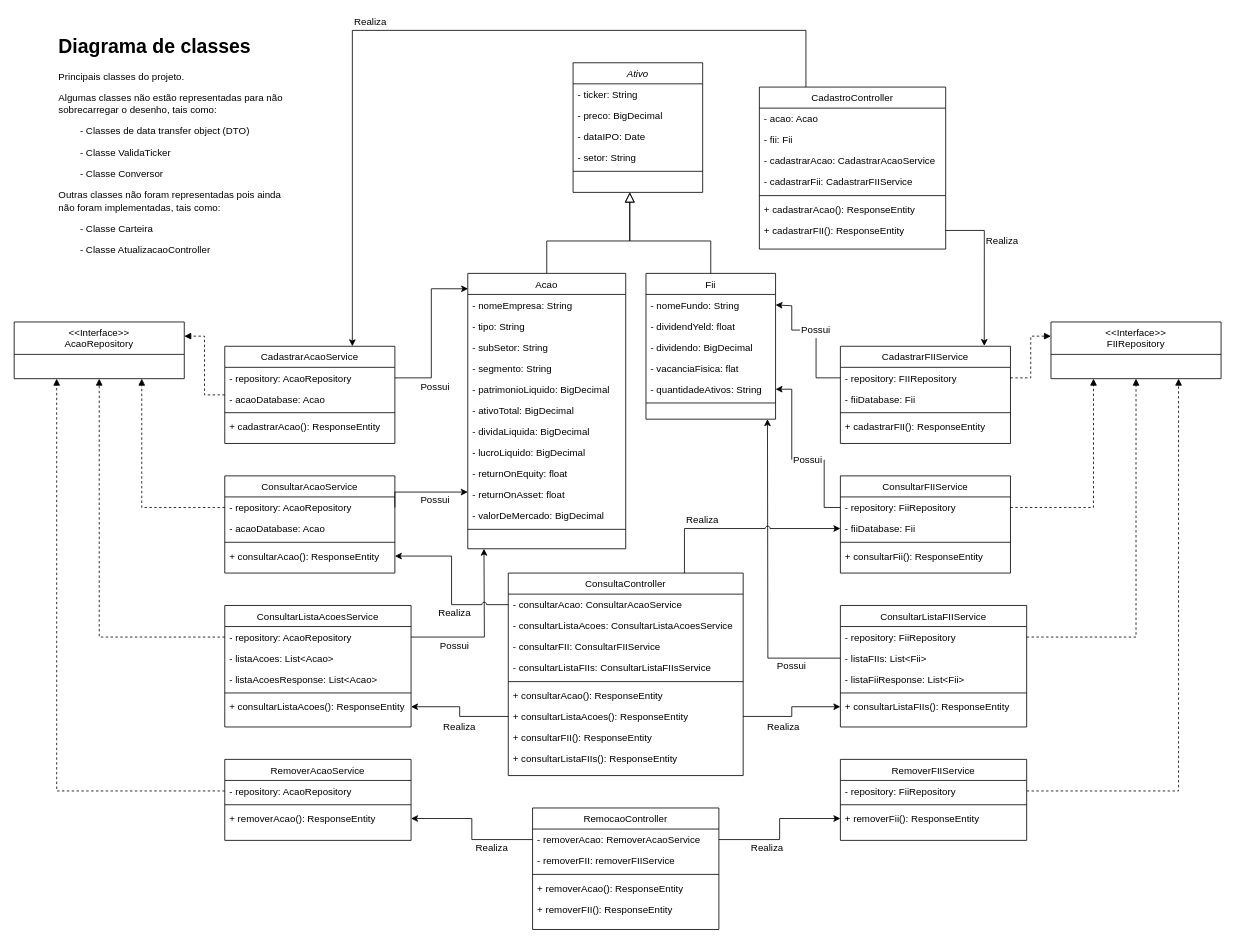
gustavozenke/investimentos keeps this draw.io diagram as uml_projeto_investimentos.drawio. Above is the earlier version. Source tidied: cells renumbered, new cells numbered last; positions are measured from the earlier drawing's top-left corner, leaving out a move shared by most shapes. Both pictures are drawn from the tidied source at 81%, with x=0, y=0 at pixel (14, 14).
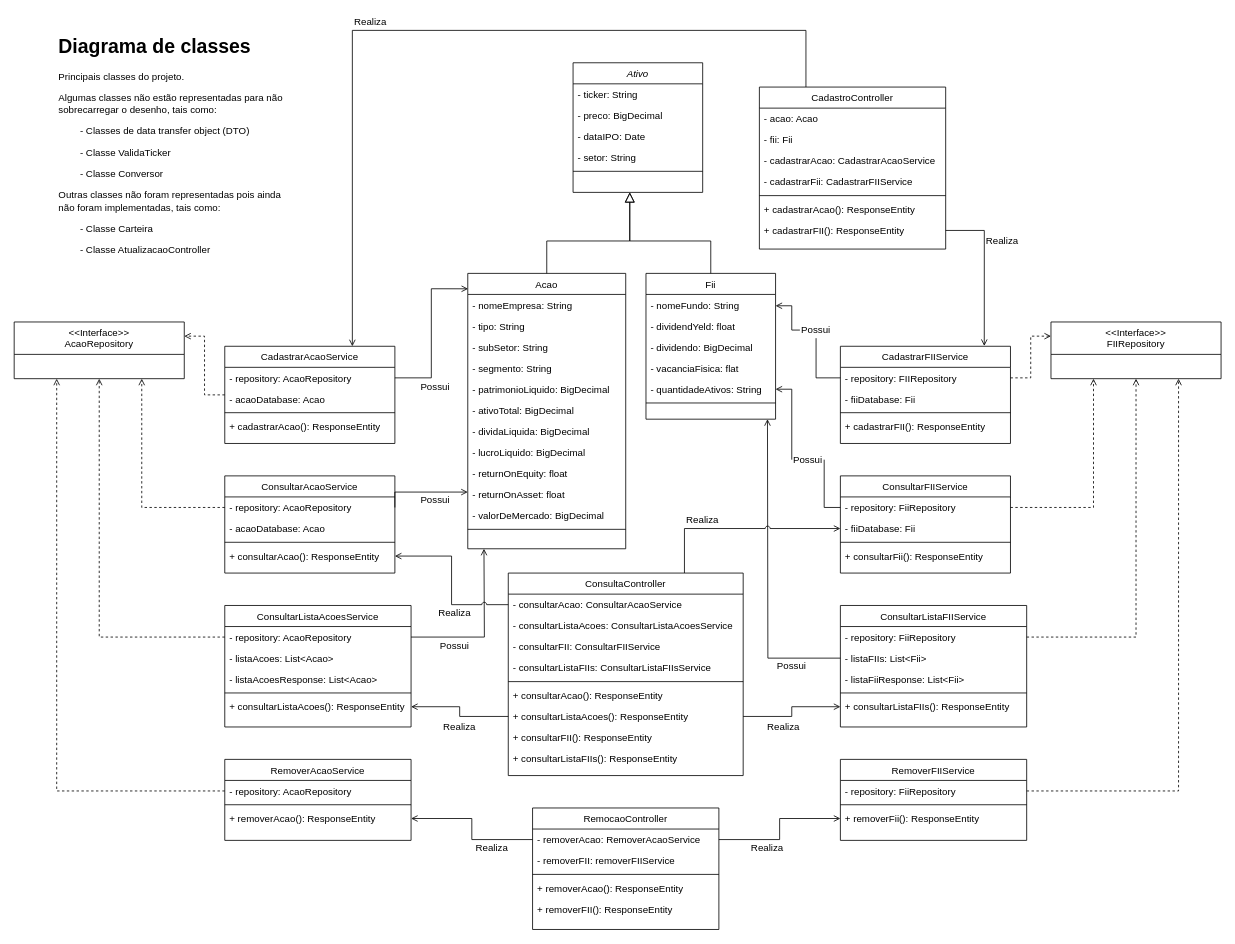
Above is the later version.

Commit message:
Correcao de setas no diagrama UML

The change refers to these unchanged cells:
```xml
<mxCell id="8" value="Acao" style="swimlane;fontStyle=0;align=center;verticalAlign=top;horizontal=1;startSize=26;rounded=0;shadow=0;strokeWidth=1;" parent="1" vertex="1">
<mxCell id="23" value="- nomeFundo: String" style="text;align=left;verticalAlign=top;spacingLeft=4;spacingRight=4;overflow=hidden;points=[[0,0.5],[1,0.5]];portConstraint=eastwest;" parent="22" vertex="1">
<mxCell id="27" value="- quantidadeAtivos: String" style="text;align=left;verticalAlign=top;spacingLeft=4;spacingRight=4;overflow=hidden;points=[[0,0.5],[1,0.5]];portConstraint=eastwest;" parent="22" vertex="1">
<mxCell id="31" value="CadastrarAcaoService" style="swimlane;fontStyle=0;align=center;verticalAlign=top;horizontal=1;startSize=26;rounded=0;shadow=0;strokeWidth=1;" parent="1" vertex="1">
<mxCell id="32" value="- repository: AcaoRepository" style="text;align=left;verticalAlign=top;spacingLeft=4;spacingRight=4;overflow=hidden;points=[[0,0.5],[1,0.5]];portConstraint=eastwest;" parent="31" vertex="1">
<mxCell id="36" value="CadastrarFIIService" style="swimlane;fontStyle=0;align=center;verticalAlign=top;horizontal=1;startSize=26;rounded=0;shadow=0;strokeWidth=1;" parent="1" vertex="1">
<mxCell id="37" value="- repository: FIIRepository" style="text;align=left;verticalAlign=top;spacingLeft=4;spacingRight=4;overflow=hidden;points=[[0,0.5],[1,0.5]];portConstraint=eastwest;" parent="36" vertex="1">
<mxCell id="42" value="- repository: AcaoRepository" style="text;align=left;verticalAlign=top;spacingLeft=4;spacingRight=4;overflow=hidden;points=[[0,0.5],[1,0.5]];portConstraint=eastwest;" parent="41" vertex="1">
<mxCell id="45" value="+ consultarAcao(): ResponseEntity" style="text;align=left;verticalAlign=top;spacingLeft=4;spacingRight=4;overflow=hidden;points=[[0,0.5],[1,0.5]];portConstraint=eastwest;rounded=0;shadow=0;html=0;" parent="41" vertex="1">
<mxCell id="49" value="- repository: AcaoRepository" style="text;align=left;verticalAlign=top;spacingLeft=4;spacingRight=4;overflow=hidden;points=[[0,0.5],[1,0.5]];portConstraint=eastwest;" parent="48" vertex="1">
<mxCell id="53" value="+ consultarListaAcoes(): ResponseEntity" style="text;align=left;verticalAlign=top;spacingLeft=4;spacingRight=4;overflow=hidden;points=[[0,0.5],[1,0.5]];portConstraint=eastwest;rounded=0;shadow=0;html=0;" parent="48" vertex="1">
<mxCell id="56" value="- repository: AcaoRepository" style="text;align=left;verticalAlign=top;spacingLeft=4;spacingRight=4;overflow=hidden;points=[[0,0.5],[1,0.5]];portConstraint=eastwest;" parent="55" vertex="1">
<mxCell id="58" value="+ removerAcao(): ResponseEntity" style="text;align=left;verticalAlign=top;spacingLeft=4;spacingRight=4;overflow=hidden;points=[[0,0.5],[1,0.5]];portConstraint=eastwest;rounded=0;shadow=0;html=0;" parent="55" vertex="1">
<mxCell id="60" value="- repository: FiiRepository" style="text;align=left;verticalAlign=top;spacingLeft=4;spacingRight=4;overflow=hidden;points=[[0,0.5],[1,0.5]];portConstraint=eastwest;" parent="59" vertex="1">
<mxCell id="61" value="- fiiDatabase: Fii" style="text;align=left;verticalAlign=top;spacingLeft=4;spacingRight=4;overflow=hidden;points=[[0,0.5],[1,0.5]];portConstraint=eastwest;rounded=0;shadow=0;html=0;" parent="59" vertex="1">
<mxCell id="65" value="- repository: FiiRepository" style="text;align=left;verticalAlign=top;spacingLeft=4;spacingRight=4;overflow=hidden;points=[[0,0.5],[1,0.5]];portConstraint=eastwest;" parent="64" vertex="1">
<mxCell id="66" value="- listaFIIs: List&lt;Fii&gt;" style="text;align=left;verticalAlign=top;spacingLeft=4;spacingRight=4;overflow=hidden;points=[[0,0.5],[1,0.5]];portConstraint=eastwest;rounded=0;shadow=0;html=0;" parent="64" vertex="1">
<mxCell id="69" value="+ consultarListaFIIs(): ResponseEntity" style="text;align=left;verticalAlign=top;spacingLeft=4;spacingRight=4;overflow=hidden;points=[[0,0.5],[1,0.5]];portConstraint=eastwest;rounded=0;shadow=0;html=0;" parent="64" vertex="1">
<mxCell id="71" value="- repository: FiiRepository" style="text;align=left;verticalAlign=top;spacingLeft=4;spacingRight=4;overflow=hidden;points=[[0,0.5],[1,0.5]];portConstraint=eastwest;" parent="70" vertex="1">
<mxCell id="73" value="+ removerFii(): ResponseEntity" style="text;align=left;verticalAlign=top;spacingLeft=4;spacingRight=4;overflow=hidden;points=[[0,0.5],[1,0.5]];portConstraint=eastwest;rounded=0;shadow=0;html=0;" parent="70" vertex="1">
<mxCell id="75" value="&lt;&lt;Interface&gt;&gt;&#10;FIIRepository" style="swimlane;fontStyle=0;align=center;verticalAlign=top;horizontal=1;startSize=40;rounded=0;shadow=0;strokeWidth=1;" parent="1" vertex="1">
<mxCell id="80" value="&lt;&lt;Interface&gt;&gt;&#10;AcaoRepository" style="swimlane;fontStyle=0;align=center;verticalAlign=top;horizontal=1;startSize=40;rounded=0;shadow=0;strokeWidth=1;" parent="1" vertex="1">
<mxCell id="85" value="CadastroController" style="swimlane;fontStyle=0;align=center;verticalAlign=top;horizontal=1;startSize=26;rounded=0;shadow=0;strokeWidth=1;" parent="1" vertex="1">
<mxCell id="92" value="+ cadastrarFII(): ResponseEntity" style="text;align=left;verticalAlign=top;spacingLeft=4;spacingRight=4;overflow=hidden;points=[[0,0.5],[1,0.5]];portConstraint=eastwest;rounded=0;shadow=0;html=0;" parent="85" vertex="1">
<mxCell id="98" value="ConsultaController" style="swimlane;fontStyle=0;align=center;verticalAlign=top;horizontal=1;startSize=26;rounded=0;shadow=0;strokeWidth=1;" parent="1" vertex="1">
<mxCell id="99" value="- consultarAcao: ConsultarAcaoService" style="text;align=left;verticalAlign=top;spacingLeft=4;spacingRight=4;overflow=hidden;points=[[0,0.5],[1,0.5]];portConstraint=eastwest;rounded=0;shadow=0;html=0;" parent="98" vertex="1">
<mxCell id="105" value="+ consultarListaAcoes(): ResponseEntity" style="text;align=left;verticalAlign=top;spacingLeft=4;spacingRight=4;overflow=hidden;points=[[0,0.5],[1,0.5]];portConstraint=eastwest;rounded=0;shadow=0;html=0;" parent="98" vertex="1">
<mxCell id="111" value="- removerAcao: RemoverAcaoService" style="text;align=left;verticalAlign=top;spacingLeft=4;spacingRight=4;overflow=hidden;points=[[0,0.5],[1,0.5]];portConstraint=eastwest;rounded=0;shadow=0;html=0;" parent="110" vertex="1">
<mxCell id="130" value="Possui" style="text;html=1;strokeColor=none;fillColor=none;align=center;verticalAlign=middle;whiteSpace=wrap;rounded=0;" parent="1" vertex="1">
<mxCell id="132" value="Possui" style="text;html=1;strokeColor=none;fillColor=none;align=center;verticalAlign=middle;whiteSpace=wrap;rounded=0;" parent="1" vertex="1">
```

The edit, as a diff of the source:
```diff
@@
-    <mxCell id="30" style="edgeStyle=orthogonalEdgeStyle;rounded=0;jettySize=auto;html=1;entryX=1;entryY=0.25;entryDx=0;entryDy=0;dashed=1;endArrow=block;endFill=1;" parent="1" edge="1" source="31" target="80">
+    <mxCell id="30" style="edgeStyle=orthogonalEdgeStyle;rounded=0;jettySize=auto;html=1;entryX=1;entryY=0.25;entryDx=0;entryDy=0;dashed=1;endArrow=open;endFill=0;" parent="1" edge="1" source="31" target="80">
       <mxGeometry relative="1" as="geometry" />
     </mxCell>
@@
-    <mxCell id="46" style="edgeStyle=orthogonalEdgeStyle;rounded=0;jettySize=auto;html=1;exitX=1;exitY=0.5;exitDx=0;exitDy=0;endArrow=classic;endFill=1;" parent="1" edge="1" source="42">
+    <mxCell id="46" style="edgeStyle=orthogonalEdgeStyle;rounded=0;jettySize=auto;html=1;exitX=1;exitY=0.5;exitDx=0;exitDy=0;endArrow=open;endFill=0;" parent="1" edge="1" source="42">
       <mxGeometry relative="1" as="geometry">
         <mxPoint x="560" y="590" as="targetPoint" />
         <Array as="points">
           <mxPoint x="470" y="590" />
           <mxPoint x="560" y="590" />
         </Array>
       </mxGeometry>
     </mxCell>
-    <mxCell id="47" style="edgeStyle=orthogonalEdgeStyle;rounded=0;jettySize=auto;html=1;exitX=1;exitY=0.5;exitDx=0;exitDy=0;entryX=0.002;entryY=0.056;entryDx=0;entryDy=0;entryPerimeter=0;endArrow=classic;endFill=1;" parent="1" edge="1" source="32" target="8">
+    <mxCell id="47" style="edgeStyle=orthogonalEdgeStyle;rounded=0;jettySize=auto;html=1;exitX=1;exitY=0.5;exitDx=0;exitDy=0;entryX=0.002;entryY=0.056;entryDx=0;entryDy=0;entryPerimeter=0;endArrow=open;endFill=0;" parent="1" edge="1" source="32" target="8">
       <mxGeometry relative="1" as="geometry" />
     </mxCell>
@@
-    <mxCell id="54" style="edgeStyle=orthogonalEdgeStyle;rounded=0;jettySize=auto;html=1;exitX=1;exitY=0.5;exitDx=0;exitDy=0;endArrow=classic;endFill=1;" parent="1" edge="1" source="49">
+    <mxCell id="54" style="edgeStyle=orthogonalEdgeStyle;rounded=0;jettySize=auto;html=1;exitX=1;exitY=0.5;exitDx=0;exitDy=0;endArrow=open;endFill=0;" parent="1" edge="1" source="49">
       <mxGeometry relative="1" as="geometry">
         <mxPoint x="580" y="660" as="targetPoint" />
       </mxGeometry>
     </mxCell>
@@
-    <mxCell id="74" style="edgeStyle=orthogonalEdgeStyle;rounded=0;jettySize=auto;html=1;exitX=0;exitY=0.5;exitDx=0;exitDy=0;endArrow=classic;endFill=1;" parent="1" edge="1" source="66">
+    <mxCell id="74" style="edgeStyle=orthogonalEdgeStyle;rounded=0;jettySize=auto;html=1;exitX=0;exitY=0.5;exitDx=0;exitDy=0;endArrow=open;endFill=0;" parent="1" edge="1" source="66">
       <mxGeometry relative="1" as="geometry">
         <mxPoint x="930" y="500" as="targetPoint" />
       </mxGeometry>
     </mxCell>
@@
-    <mxCell id="76" style="edgeStyle=orthogonalEdgeStyle;rounded=0;jettySize=auto;html=1;entryX=0;entryY=0.25;entryDx=0;entryDy=0;endArrow=block;endFill=1;dashed=1;" parent="1" edge="1" source="37" target="75">
+    <mxCell id="76" style="edgeStyle=orthogonalEdgeStyle;rounded=0;jettySize=auto;html=1;entryX=0;entryY=0.25;entryDx=0;entryDy=0;endArrow=open;endFill=0;dashed=1;" parent="1" edge="1" source="37" target="75">
       <mxGeometry relative="1" as="geometry" />
     </mxCell>
-    <mxCell id="77" style="edgeStyle=orthogonalEdgeStyle;rounded=0;jettySize=auto;html=1;exitX=1;exitY=0.5;exitDx=0;exitDy=0;dashed=1;endArrow=block;endFill=1;entryX=0.25;entryY=1;entryDx=0;entryDy=0;" parent="1" edge="1" source="60" target="75">
+    <mxCell id="77" style="edgeStyle=orthogonalEdgeStyle;rounded=0;jettySize=auto;html=1;exitX=1;exitY=0.5;exitDx=0;exitDy=0;dashed=1;endArrow=open;endFill=0;entryX=0.25;entryY=1;entryDx=0;entryDy=0;" parent="1" edge="1" source="60" target="75">
       <mxGeometry relative="1" as="geometry" />
     </mxCell>
-    <mxCell id="78" style="edgeStyle=orthogonalEdgeStyle;rounded=0;jettySize=auto;html=1;exitX=1;exitY=0.5;exitDx=0;exitDy=0;dashed=1;endArrow=block;endFill=1;entryX=0.5;entryY=1;entryDx=0;entryDy=0;" parent="1" edge="1" source="65" target="75">
+    <mxCell id="78" style="edgeStyle=orthogonalEdgeStyle;rounded=0;jettySize=auto;html=1;exitX=1;exitY=0.5;exitDx=0;exitDy=0;dashed=1;endArrow=open;endFill=0;entryX=0.5;entryY=1;entryDx=0;entryDy=0;" parent="1" edge="1" source="65" target="75">
       <mxGeometry relative="1" as="geometry" />
     </mxCell>
-    <mxCell id="79" style="edgeStyle=orthogonalEdgeStyle;rounded=0;jettySize=auto;html=1;dashed=1;endArrow=block;endFill=1;entryX=0.75;entryY=1;entryDx=0;entryDy=0;" parent="1" edge="1" source="71" target="75">
+    <mxCell id="79" style="edgeStyle=orthogonalEdgeStyle;rounded=0;jettySize=auto;html=1;dashed=1;endArrow=open;endFill=0;entryX=0.75;entryY=1;entryDx=0;entryDy=0;" parent="1" edge="1" source="71" target="75">
       <mxGeometry relative="1" as="geometry" />
     </mxCell>
@@
-    <mxCell id="81" style="edgeStyle=orthogonalEdgeStyle;rounded=0;jettySize=auto;html=1;dashed=1;endArrow=block;endFill=1;entryX=0.5;entryY=1;entryDx=0;entryDy=0;" parent="1" edge="1" source="49" target="80">
+    <mxCell id="81" style="edgeStyle=orthogonalEdgeStyle;rounded=0;jettySize=auto;html=1;dashed=1;endArrow=open;endFill=0;entryX=0.5;entryY=1;entryDx=0;entryDy=0;" parent="1" edge="1" source="49" target="80">
       <mxGeometry relative="1" as="geometry" />
     </mxCell>
-    <mxCell id="82" style="edgeStyle=orthogonalEdgeStyle;rounded=0;jettySize=auto;html=1;dashed=1;endArrow=block;endFill=1;entryX=0.25;entryY=1;entryDx=0;entryDy=0;" parent="1" edge="1" source="56" target="80">
+    <mxCell id="82" style="edgeStyle=orthogonalEdgeStyle;rounded=0;jettySize=auto;html=1;dashed=1;endArrow=open;endFill=0;entryX=0.25;entryY=1;entryDx=0;entryDy=0;" parent="1" edge="1" source="56" target="80">
       <mxGeometry relative="1" as="geometry" />
     </mxCell>
-    <mxCell id="83" style="edgeStyle=orthogonalEdgeStyle;rounded=0;jettySize=auto;html=1;entryX=0.75;entryY=1;entryDx=0;entryDy=0;dashed=1;endArrow=block;endFill=1;" parent="1" edge="1" source="42" target="80">
+    <mxCell id="83" style="edgeStyle=orthogonalEdgeStyle;rounded=0;jettySize=auto;html=1;entryX=0.75;entryY=1;entryDx=0;entryDy=0;dashed=1;endArrow=open;endFill=0;" parent="1" edge="1" source="42" target="80">
       <mxGeometry relative="1" as="geometry" />
     </mxCell>
-    <mxCell id="84" style="edgeStyle=orthogonalEdgeStyle;rounded=0;jumpStyle=arc;jettySize=auto;html=1;exitX=0.25;exitY=0;exitDx=0;exitDy=0;entryX=0.75;entryY=0;entryDx=0;entryDy=0;endArrow=classic;endFill=1;" parent="1" edge="1" source="85" target="31">
+    <mxCell id="84" style="edgeStyle=orthogonalEdgeStyle;rounded=0;jumpStyle=arc;jettySize=auto;html=1;exitX=0.25;exitY=0;exitDx=0;exitDy=0;entryX=0.75;entryY=0;entryDx=0;entryDy=0;endArrow=open;endFill=0;" parent="1" edge="1" source="85" target="31">
       <mxGeometry relative="1" as="geometry">
         <Array as="points">
           <mxPoint x="978" y="20" />
           <mxPoint x="418" y="20" />
         </Array>
       </mxGeometry>
     </mxCell>
@@
-    <mxCell id="93" style="edgeStyle=orthogonalEdgeStyle;rounded=0;jettySize=auto;html=1;exitX=1;exitY=0.5;exitDx=0;exitDy=0;entryX=0.846;entryY=-0.003;entryDx=0;entryDy=0;entryPerimeter=0;endArrow=classic;endFill=1;" parent="1" edge="1" source="92" target="36">
+    <mxCell id="93" style="edgeStyle=orthogonalEdgeStyle;rounded=0;jettySize=auto;html=1;exitX=1;exitY=0.5;exitDx=0;exitDy=0;entryX=0.846;entryY=-0.003;entryDx=0;entryDy=0;entryPerimeter=0;endArrow=open;endFill=0;" parent="1" edge="1" source="92" target="36">
       <mxGeometry relative="1" as="geometry" />
     </mxCell>
-    <mxCell id="94" style="edgeStyle=orthogonalEdgeStyle;rounded=0;jettySize=auto;html=1;exitX=0;exitY=0.5;exitDx=0;exitDy=0;entryX=1;entryY=0.5;entryDx=0;entryDy=0;endArrow=classic;endFill=1;startArrow=none;" parent="1" edge="1" source="132" target="23">
+    <mxCell id="94" style="edgeStyle=orthogonalEdgeStyle;rounded=0;jettySize=auto;html=1;exitX=0;exitY=0.5;exitDx=0;exitDy=0;endArrow=open;endFill=0;startArrow=none;" parent="1" edge="1" source="132">
       <mxGeometry relative="1" as="geometry">
+        <mxPoint x="940" y="360" as="targetPoint" />
         <Array as="points">
           <mxPoint x="960" y="390" />
           <mxPoint x="960" y="360" />
         </Array>
       </mxGeometry>
     </mxCell>
-    <mxCell id="95" style="edgeStyle=orthogonalEdgeStyle;rounded=0;jettySize=auto;html=1;exitX=0;exitY=0.5;exitDx=0;exitDy=0;entryX=1;entryY=0.5;entryDx=0;entryDy=0;endArrow=classic;endFill=1;startArrow=none;" parent="1" edge="1" source="130" target="27">
+    <mxCell id="95" style="edgeStyle=orthogonalEdgeStyle;rounded=0;jettySize=auto;html=1;exitX=0;exitY=0.5;exitDx=0;exitDy=0;entryX=1;entryY=0.5;entryDx=0;entryDy=0;endArrow=open;endFill=0;startArrow=none;" parent="1" edge="1" source="130" target="27">
       <mxGeometry relative="1" as="geometry">
         <Array as="points">
           <mxPoint x="960" y="463" />
         </Array>
       </mxGeometry>
     </mxCell>
-    <mxCell id="96" style="edgeStyle=orthogonalEdgeStyle;rounded=0;jettySize=auto;html=1;exitX=0.75;exitY=0;exitDx=0;exitDy=0;entryX=0;entryY=0.5;entryDx=0;entryDy=0;endArrow=classic;endFill=1;jumpStyle=arc;" parent="1" edge="1" source="98" target="61">
+    <mxCell id="96" style="edgeStyle=orthogonalEdgeStyle;rounded=0;jettySize=auto;html=1;exitX=0.75;exitY=0;exitDx=0;exitDy=0;entryX=0;entryY=0.5;entryDx=0;entryDy=0;endArrow=open;endFill=0;jumpStyle=arc;" parent="1" edge="1" source="98" target="61">
       <mxGeometry relative="1" as="geometry" />
     </mxCell>
-    <mxCell id="97" style="edgeStyle=orthogonalEdgeStyle;jumpStyle=arc;jettySize=auto;html=1;exitX=0;exitY=0.5;exitDx=0;exitDy=0;entryX=1;entryY=0.5;entryDx=0;entryDy=0;endArrow=classic;endFill=1;rounded=0;" parent="1" edge="1" source="99" target="45">
+    <mxCell id="97" style="edgeStyle=orthogonalEdgeStyle;jumpStyle=arc;jettySize=auto;html=1;exitX=0;exitY=0.5;exitDx=0;exitDy=0;entryX=1;entryY=0.5;entryDx=0;entryDy=0;endArrow=open;endFill=0;rounded=0;" parent="1" edge="1" source="99" target="45">
       <mxGeometry relative="1" as="geometry" />
     </mxCell>
@@
-    <mxCell id="108" style="edgeStyle=orthogonalEdgeStyle;rounded=0;jumpStyle=arc;jettySize=auto;html=1;exitX=1;exitY=0.5;exitDx=0;exitDy=0;endArrow=classic;endFill=1;entryX=0;entryY=0.5;entryDx=0;entryDy=0;" parent="1" edge="1" source="105" target="69">
+    <mxCell id="108" style="edgeStyle=orthogonalEdgeStyle;rounded=0;jumpStyle=arc;jettySize=auto;html=1;exitX=1;exitY=0.5;exitDx=0;exitDy=0;endArrow=open;endFill=0;entryX=0;entryY=0.5;entryDx=0;entryDy=0;" parent="1" edge="1" source="105" target="69">
       <mxGeometry relative="1" as="geometry" />
     </mxCell>
-    <mxCell id="109" style="edgeStyle=orthogonalEdgeStyle;rounded=0;jumpStyle=arc;jettySize=auto;html=1;exitX=0;exitY=0.5;exitDx=0;exitDy=0;entryX=1;entryY=0.5;entryDx=0;entryDy=0;endArrow=classic;endFill=1;startArrow=none;startFill=0;" parent="1" edge="1" source="105" target="53">
+    <mxCell id="109" style="edgeStyle=orthogonalEdgeStyle;rounded=0;jumpStyle=arc;jettySize=auto;html=1;exitX=0;exitY=0.5;exitDx=0;exitDy=0;entryX=1;entryY=0.5;entryDx=0;entryDy=0;endArrow=open;endFill=0;startArrow=none;startFill=0;" parent="1" edge="1" source="105" target="53">
       <mxGeometry relative="1" as="geometry" />
     </mxCell>
@@
-    <mxCell id="116" style="edgeStyle=orthogonalEdgeStyle;rounded=0;jumpStyle=arc;jettySize=auto;html=1;exitX=0;exitY=0.5;exitDx=0;exitDy=0;entryX=1;entryY=0.5;entryDx=0;entryDy=0;endArrow=classic;endFill=1;" parent="1" edge="1" source="111" target="58">
+    <mxCell id="116" style="edgeStyle=orthogonalEdgeStyle;rounded=0;jumpStyle=arc;jettySize=auto;html=1;exitX=0;exitY=0.5;exitDx=0;exitDy=0;entryX=1;entryY=0.5;entryDx=0;entryDy=0;endArrow=open;endFill=0;" parent="1" edge="1" source="111" target="58">
       <mxGeometry relative="1" as="geometry" />
     </mxCell>
-    <mxCell id="117" style="edgeStyle=orthogonalEdgeStyle;rounded=0;jumpStyle=arc;jettySize=auto;html=1;exitX=1;exitY=0.5;exitDx=0;exitDy=0;entryX=0;entryY=0.5;entryDx=0;entryDy=0;endArrow=classic;endFill=1;" parent="1" edge="1" source="111" target="73">
+    <mxCell id="117" style="edgeStyle=orthogonalEdgeStyle;rounded=0;jumpStyle=arc;jettySize=auto;html=1;exitX=1;exitY=0.5;exitDx=0;exitDy=0;entryX=0;entryY=0.5;entryDx=0;entryDy=0;endArrow=open;endFill=0;" parent="1" edge="1" source="111" target="73">
       <mxGeometry relative="1" as="geometry" />
     </mxCell>
@@
-    <mxCell id="133" style="edgeStyle=orthogonalEdgeStyle;rounded=0;jettySize=auto;html=1;exitX=0;exitY=0.5;exitDx=0;exitDy=0;entryX=0.5;entryY=1;entryDx=0;entryDy=0;endArrow=none;endFill=1;" parent="1" edge="1" source="37" target="132">
+    <mxCell id="133" style="edgeStyle=orthogonalEdgeStyle;rounded=0;jettySize=auto;html=1;exitX=0;exitY=0.5;exitDx=0;exitDy=0;entryX=0.5;entryY=1;entryDx=0;entryDy=0;endArrow=none;endFill=0;" parent="1" edge="1" source="37" target="132">
       <mxGeometry relative="1" as="geometry">
         <Array as="points">
           <mxPoint x="990" y="449" />
         </Array>
       </mxGeometry>
     </mxCell>
```
